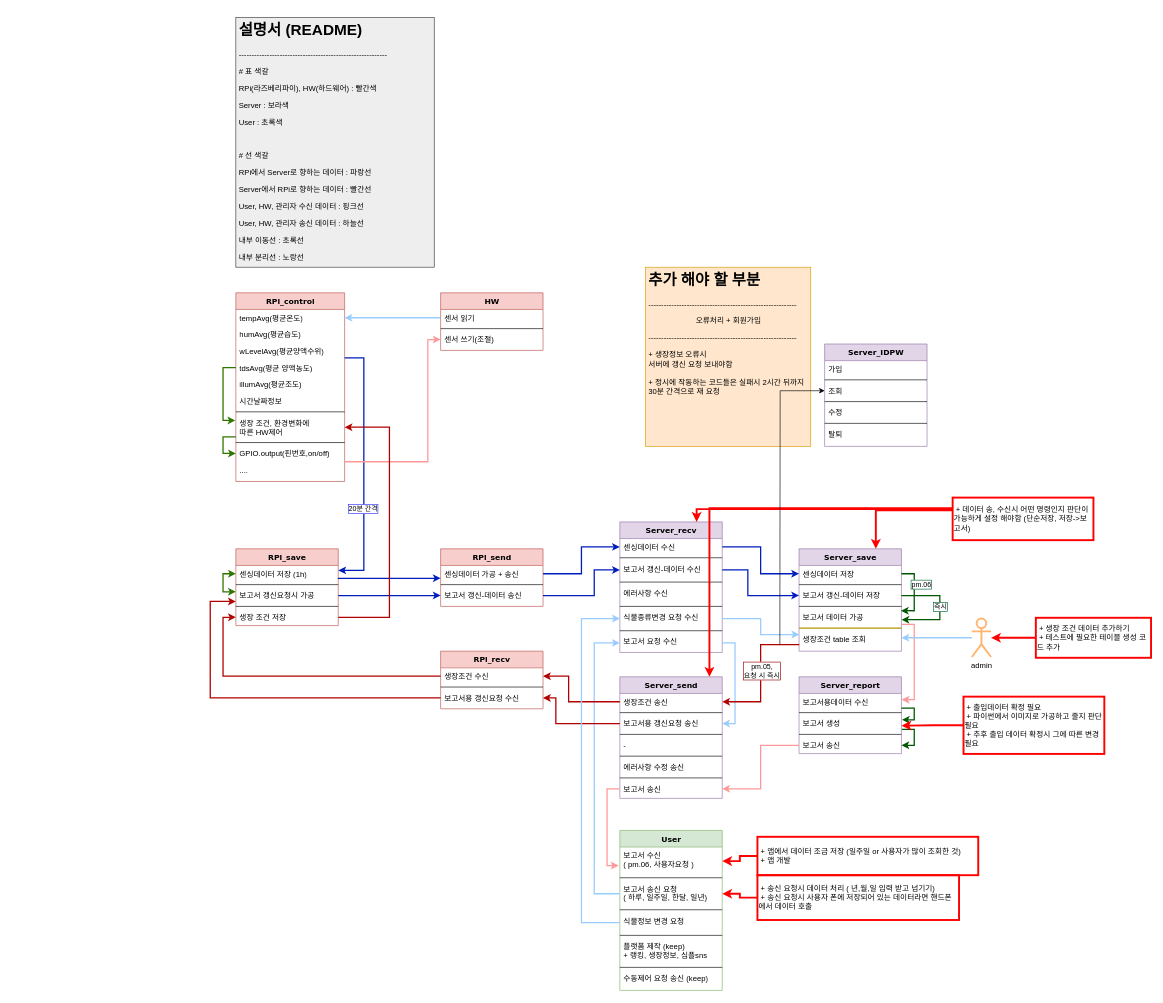
This is blueprint/main_design.drawio from HyeonJi-P/mini_pot, a draw.io file, before an edit. Source tidied: cells renumbered, new cells numbered last; positions are measured from the earlier drawing's top-left corner, leaving out a move shared by most shapes. Both pictures are drawn from the tidied source at 64%, with x=0, y=0 at pixel (210, 17).
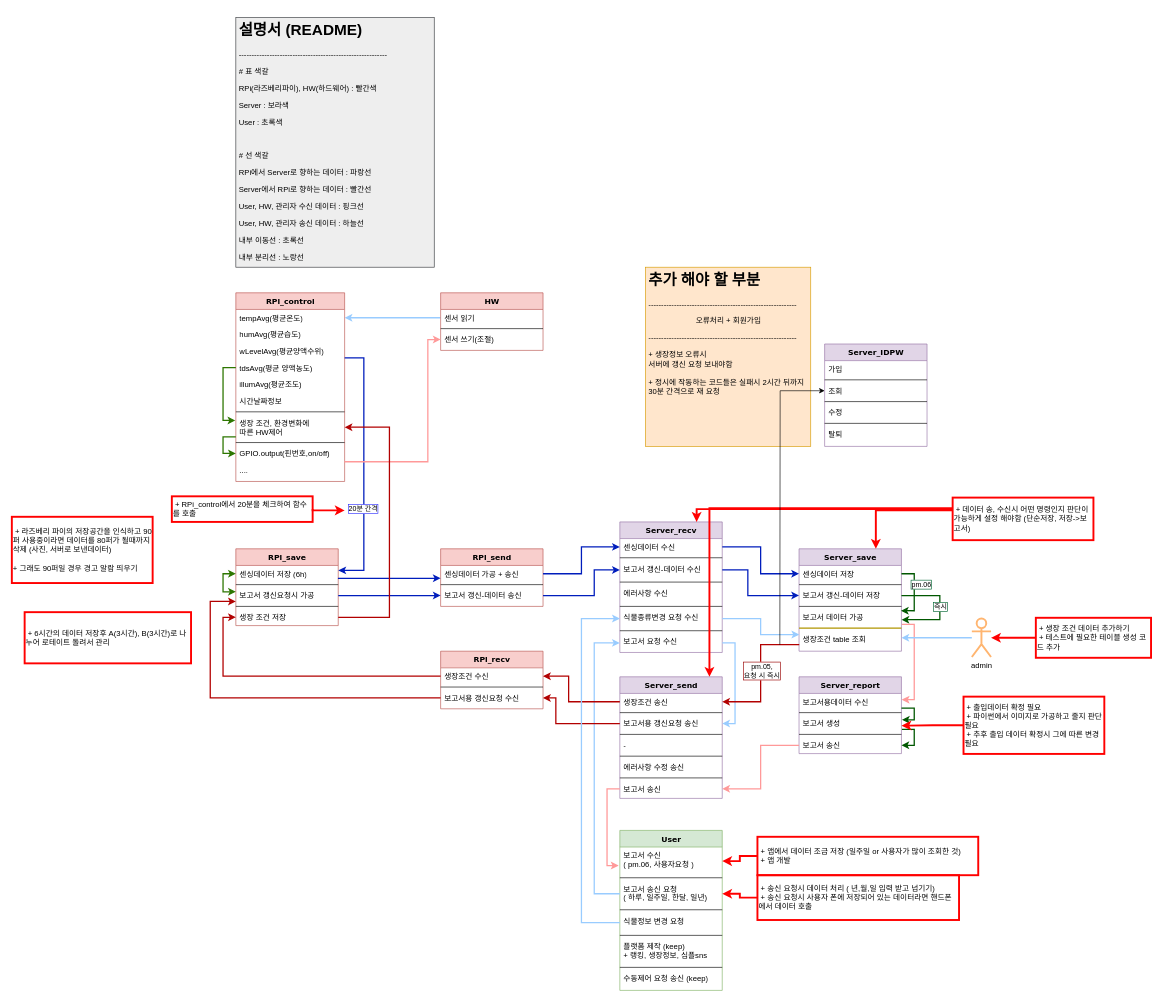
Above is the later version.

Unchanged cells that the change refers to:
```xml
<mxCell id="25" value="RPi_save" style="swimlane;html=1;fontStyle=1;align=center;verticalAlign=top;horizontal=1;startSize=26;swimlaneFillColor=#ffffff;rounded=0;shadow=0;comic=0;labelBackgroundColor=none;strokeWidth=1;fillColor=#f8cecc;fontFamily=Verdana;fontSize=12;strokeColor=#b85450;" parent="1" vertex="1">
  <mxGeometry x="40" y="830" width="160" height="120" as="geometry" />
</mxCell>
```

Change to the diagram source:
```diff
@@
-    <mxCell id="26" value="센싱데이터 저장 (1h)" style="text;html=1;strokeColor=none;fillColor=none;align=left;verticalAlign=top;spacingLeft=4;spacingRight=4;whiteSpace=wrap;overflow=hidden;points=[[0,0.5],[1,0.5]];portConstraint=eastwest;" parent="25" vertex="1">
+    <mxCell id="26" value="센싱데이터 저장 (6h)" style="text;html=1;strokeColor=none;fillColor=none;align=left;verticalAlign=top;spacingLeft=4;spacingRight=4;whiteSpace=wrap;overflow=hidden;points=[[0,0.5],[1,0.5]];portConstraint=eastwest;" parent="25" vertex="1">
       <mxGeometry y="26" width="160" height="26" as="geometry" />
     </mxCell>
@@
+    <mxCell id="134" value="&amp;nbsp;+ RPi_control에서 20분을 체크하여 함수를 호출" style="text;html=1;align=left;verticalAlign=middle;whiteSpace=wrap;rounded=0;strokeWidth=3;strokeColor=#FF0000;" parent="1" vertex="1">
+      <mxGeometry x="-60" y="748" width="220" height="40" as="geometry" />
+    </mxCell>
+    <mxCell id="135" style="edgeStyle=orthogonalEdgeStyle;rounded=0;jettySize=auto;html=1;strokeWidth=3;strokeColor=#FF0000;exitX=1;exitY=0.5;exitDx=0;exitDy=0;" parent="1" edge="1" source="134">
+      <mxGeometry relative="1" as="geometry">
+        <mxPoint x="210" y="770" as="targetPoint" />
+        <Array as="points">
+          <mxPoint x="160" y="770" />
+        </Array>
+      </mxGeometry>
+    </mxCell>
+    <mxCell id="136" value="&amp;nbsp;+ 6시간의 데이터 저장후 A(3시간), B(3시간)로 나누어 로테이트 돌려서 관리&amp;nbsp;&amp;nbsp;" style="text;html=1;align=left;verticalAlign=middle;whiteSpace=wrap;rounded=0;strokeWidth=3;strokeColor=#FF0000;" parent="1" vertex="1">
+      <mxGeometry x="-290" y="929" width="260" height="80" as="geometry" />
+    </mxCell>
+    <mxCell id="137" style="edgeStyle=orthogonalEdgeStyle;rounded=0;orthogonalLoop=1;jettySize=auto;html=1;exitX=0.5;exitY=1;exitDx=0;exitDy=0;" parent="1" edge="1" source="136" target="136">
+      <mxGeometry relative="1" as="geometry" />
+    </mxCell>
+    <mxCell id="138" value="&amp;nbsp;+ 라즈베리 파이의 저장공간을 인식하고 90퍼 사용중이라면 데이터를 80퍼가 될때까지 삭제 (사진, 서버로 보낸데이터)&lt;br&gt;&lt;br&gt;+ 그래도 90퍼일 경우 경고 알람 띄우기" style="text;html=1;align=left;verticalAlign=middle;whiteSpace=wrap;rounded=0;strokeWidth=3;strokeColor=#FF0000;" parent="1" vertex="1">
+      <mxGeometry x="-310" y="780" width="220" height="103.5" as="geometry" />
+    </mxCell>
```
